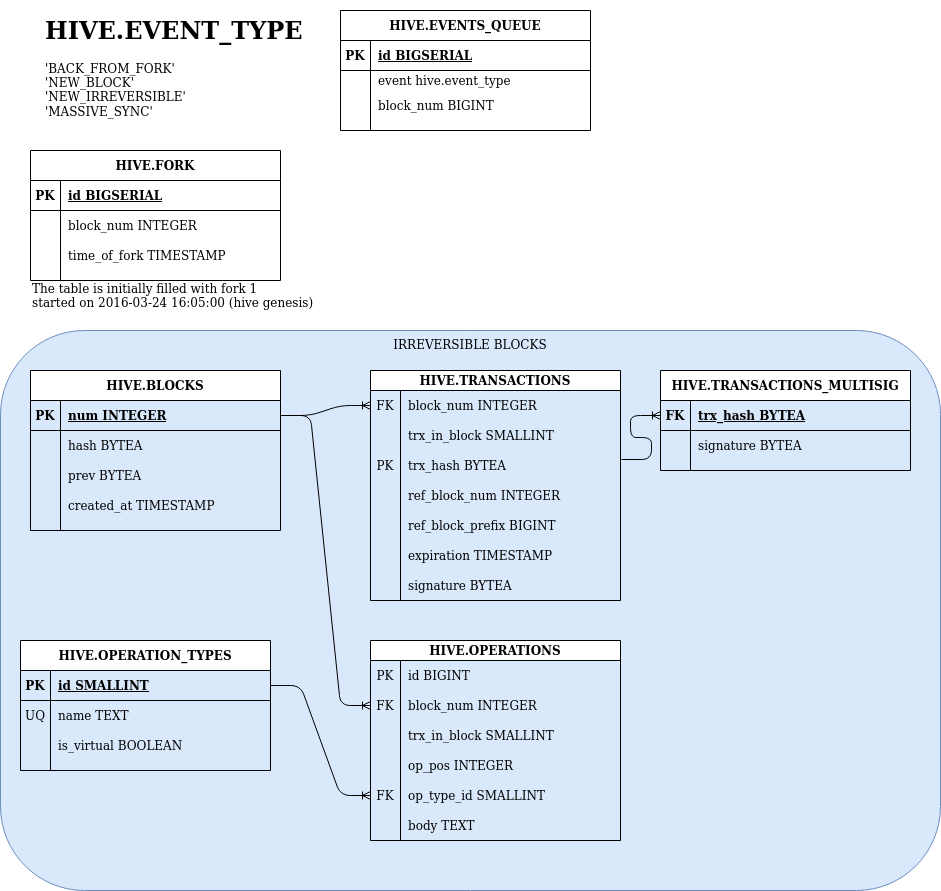
Before: src/hive_fork_manager/doc/evq_fork_db.png, a diagram exported from draw.io (openhive-network/HAfAH). Source tidied: cells renumbered, new cells last; positions are measured from the earlier drawing's top-left corner, leaving out a move shared by most shapes.
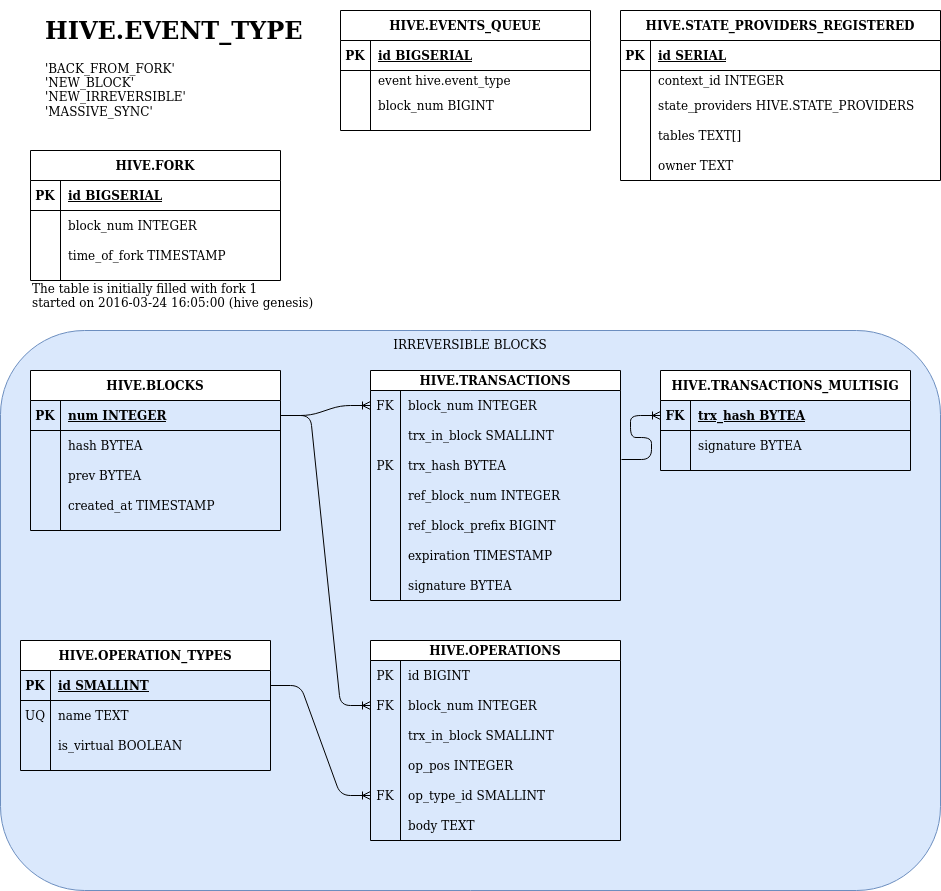
The same file after the commit.

The edit, as a diff of the source:
```diff
@@ -296,5 +296,53 @@
     <mxCell id="99" style="edgeStyle=entityRelationEdgeStyle;fontSize=12;html=1;endArrow=ERoneToMany;exitX=1.004;exitY=0.3;exitDx=0;exitDy=0;entryX=0;entryY=0.5;entryDx=0;entryDy=0;exitPerimeter=0;" parent="1" edge="1" source="45" target="93">
       <mxGeometry relative="1" as="geometry" />
     </mxCell>
+    <mxCell id="100" value="HIVE.STATE_PROVIDERS_REGISTERED" style="shape=table;startSize=30;rowLines=0;fontStyle=1;align=center;" parent="1" vertex="1">
+      <mxGeometry x="620" width="320" height="170" as="geometry" />
+    </mxCell>
+    <mxCell id="101" style="shape=partialRectangle;fillColor=none;top=0;left=0;right=0;bottom=1;" parent="100" vertex="1">
+      <mxGeometry y="30" width="320" height="30" as="geometry" />
+    </mxCell>
+    <mxCell id="102" value="PK" style="shape=partialRectangle;overflow=hidden;fillColor=none;top=0;left=0;bottom=0;right=0;fontStyle=1;" parent="101" vertex="1">
+      <mxGeometry width="30" height="30" as="geometry" />
+    </mxCell>
+    <mxCell id="103" value="id SERIAL" style="shape=partialRectangle;overflow=hidden;fillColor=none;top=0;left=0;bottom=0;right=0;align=left;spacingLeft=6;fontStyle=5;" parent="101" vertex="1">
+      <mxGeometry x="30" width="290" height="30" as="geometry" />
+    </mxCell>
+    <mxCell id="104" style="shape=partialRectangle;fillColor=none;top=0;left=0;right=0;bottom=0;" parent="100" vertex="1">
+      <mxGeometry y="60" width="320" height="20" as="geometry" />
+    </mxCell>
+    <mxCell id="105" style="shape=partialRectangle;overflow=hidden;fillColor=none;top=0;left=0;bottom=0;right=0;" parent="104" vertex="1">
+      <mxGeometry width="30" height="20" as="geometry" />
+    </mxCell>
+    <mxCell id="106" value="context_id INTEGER" style="shape=partialRectangle;overflow=hidden;fillColor=none;top=0;left=0;bottom=0;right=0;align=left;spacingLeft=6;" parent="104" vertex="1">
+      <mxGeometry x="30" width="290" height="20" as="geometry" />
+    </mxCell>
+    <mxCell id="107" style="shape=partialRectangle;fillColor=none;top=0;left=0;right=0;bottom=0;" parent="100" vertex="1">
+      <mxGeometry y="80" width="320" height="30" as="geometry" />
+    </mxCell>
+    <mxCell id="108" style="shape=partialRectangle;overflow=hidden;fillColor=none;top=0;left=0;bottom=0;right=0;" parent="107" vertex="1">
+      <mxGeometry width="30" height="30" as="geometry" />
+    </mxCell>
+    <mxCell id="109" value="state_providers HIVE.STATE_PROVIDERS" style="shape=partialRectangle;overflow=hidden;fillColor=none;top=0;left=0;bottom=0;right=0;align=left;spacingLeft=6;" parent="107" vertex="1">
+      <mxGeometry x="30" width="290" height="30" as="geometry" />
+    </mxCell>
+    <mxCell id="110" style="shape=partialRectangle;fillColor=none;top=0;left=0;right=0;bottom=0;" parent="100" vertex="1">
+      <mxGeometry y="110" width="320" height="30" as="geometry" />
+    </mxCell>
+    <mxCell id="111" style="shape=partialRectangle;overflow=hidden;fillColor=none;top=0;left=0;bottom=0;right=0;" parent="110" vertex="1">
+      <mxGeometry width="30" height="30" as="geometry" />
+    </mxCell>
+    <mxCell id="112" value="tables TEXT[]" style="shape=partialRectangle;overflow=hidden;fillColor=none;top=0;left=0;bottom=0;right=0;align=left;spacingLeft=6;" parent="110" vertex="1">
+      <mxGeometry x="30" width="290" height="30" as="geometry" />
+    </mxCell>
+    <mxCell id="113" style="shape=partialRectangle;fillColor=none;top=0;left=0;right=0;bottom=0;" parent="100" vertex="1">
+      <mxGeometry y="140" width="320" height="30" as="geometry" />
+    </mxCell>
+    <mxCell id="114" style="shape=partialRectangle;overflow=hidden;fillColor=none;top=0;left=0;bottom=0;right=0;" parent="113" vertex="1">
+      <mxGeometry width="30" height="30" as="geometry" />
+    </mxCell>
+    <mxCell id="115" value="owner TEXT" style="shape=partialRectangle;overflow=hidden;fillColor=none;top=0;left=0;bottom=0;right=0;align=left;spacingLeft=6;" parent="113" vertex="1">
+      <mxGeometry x="30" width="290" height="30" as="geometry" />
+    </mxCell>
   </root>
 </mxGraphModel>
```
